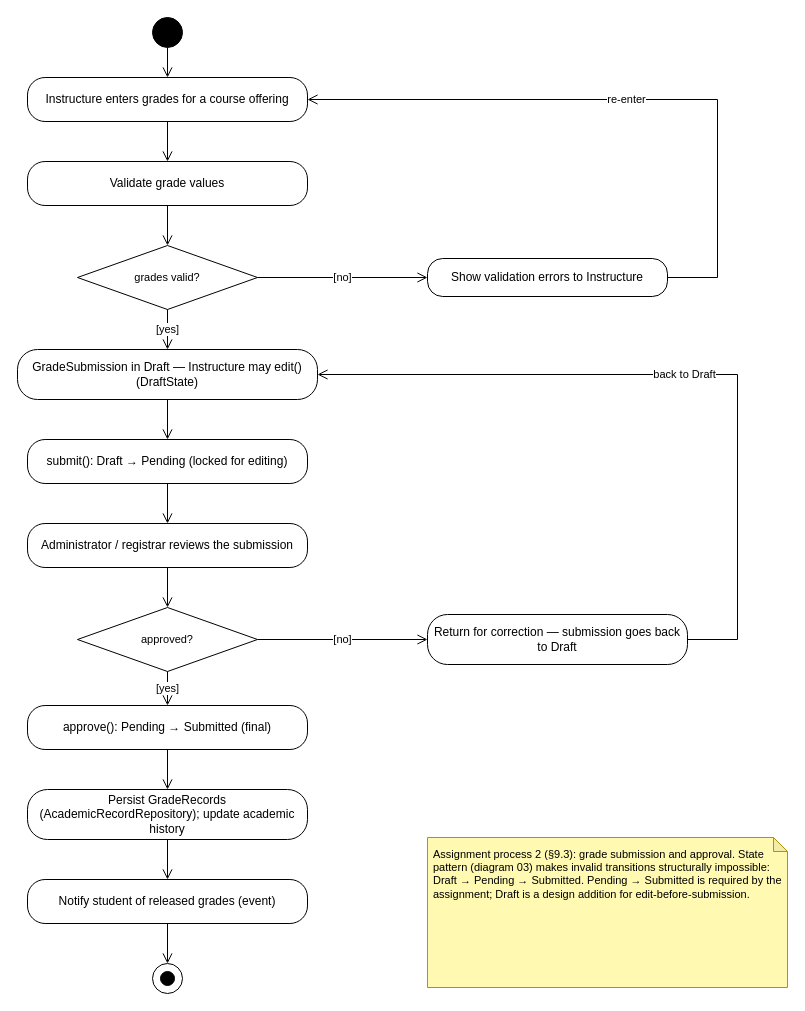
Before: Diagrams/Activity_diagrams/act-5-academic-records.drawio in Tharusha-dev/soft_architect_redda, a draw.io diagram. Source tidied: cells renumbered, new cells numbered last; positions are measured from the earlier drawing's top-left corner, leaving out a move shared by most shapes. Both pictures are drawn from the tidied source at 100%, with x=0, y=0 at pixel (17, 17).
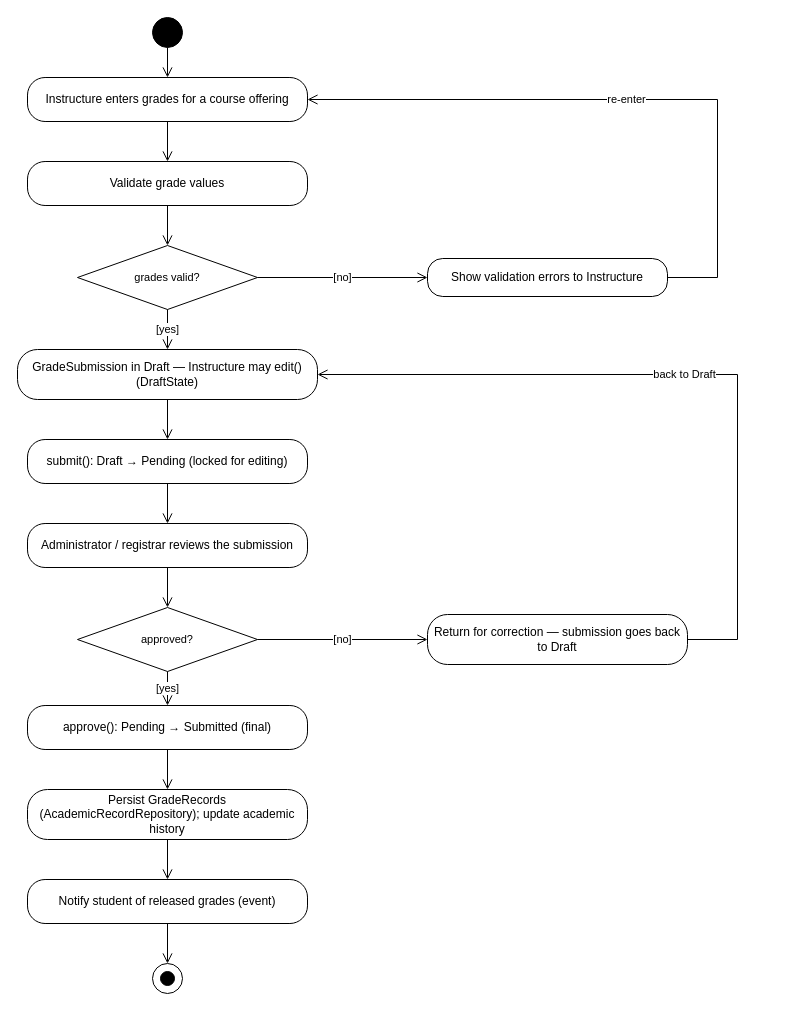
Above is the later version.

What changed in the source:
```diff
@@
-    <mxCell id="17" value="Assignment process 2 (§9.3): grade submission and approval. State pattern (diagram 03) makes invalid transitions structurally impossible: Draft → Pending → Submitted. Pending → Submitted is required by the assignment; Draft is a design addition for edit-before-submission." style="shape=note;whiteSpace=wrap;html=1;backgroundOutline=1;darkOpacity=0.05;fillColor=#FFF9B2;strokeColor=#B09500;size=14;align=left;verticalAlign=top;spacing=6;fontSize=11;" parent="1" vertex="1">
-      <mxGeometry x="410" y="820" width="360" height="150" as="geometry" />
-    </mxCell>
```
